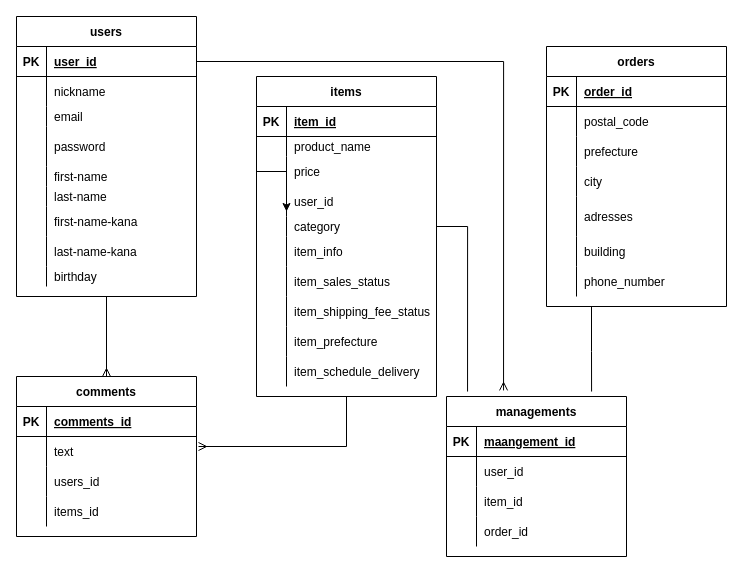
naotomineta/furima-30620 keeps this draw.io diagram as test.dio. Above is the earlier version. Source tidied: cells renumbered, new cells numbered last; positions are measured from the earlier drawing's top-left corner, leaving out a move shared by most shapes. Both pictures are drawn from the tidied source at 100%, with x=0, y=0 at pixel (16, 16).
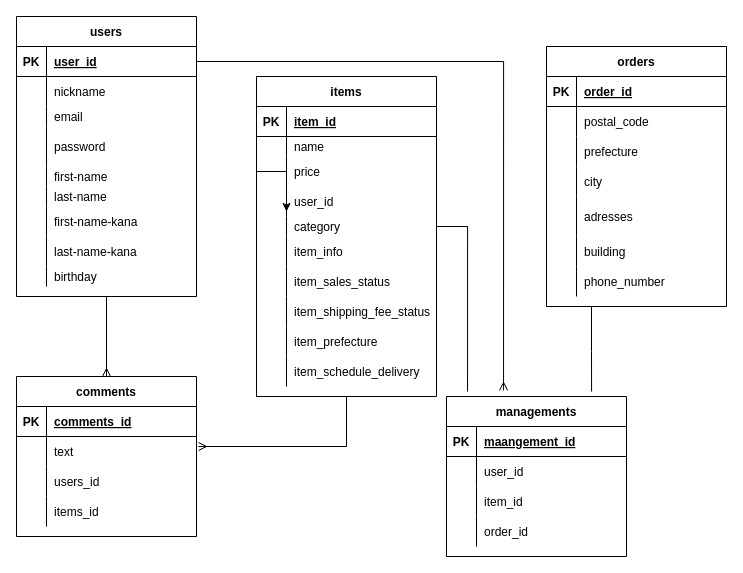
Above is the later version.

Commit message (it also covers changes not shown here):
ER図、READMEの作成3

The change refers to these unchanged cells:
```xml
<mxCell id="87" style="shape=partialRectangle;fillColor=none;top=0;left=0;bottom=0;right=0;" parent="83" vertex="1">
  <mxGeometry y="60" width="180" height="20" as="geometry" />
</mxCell>
```

Change to the diagram source:
```diff
@@
-    <mxCell id="89" value="product_name" style="shape=partialRectangle;fillColor=none;top=0;left=0;bottom=0;right=0;align=left;spacingLeft=6;overflow=hidden;" parent="87" vertex="1">
+    <mxCell id="89" value="name" style="shape=partialRectangle;fillColor=none;top=0;left=0;bottom=0;right=0;align=left;spacingLeft=6;overflow=hidden;" parent="87" vertex="1">
       <mxGeometry x="30" width="150" height="20" as="geometry" />
     </mxCell>
```
